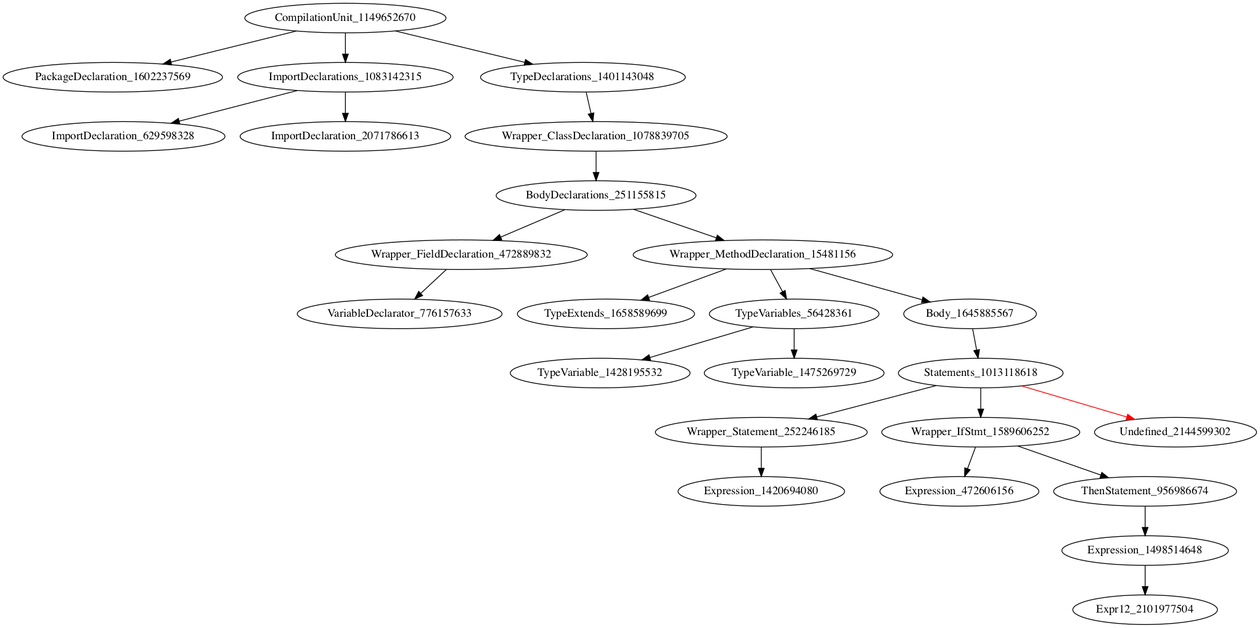
icse2023material/VoiceJava keeps this Graphviz diagram as holeAST.png. Above is the earlier version. Its source is kept beside it as holeAST.dot.
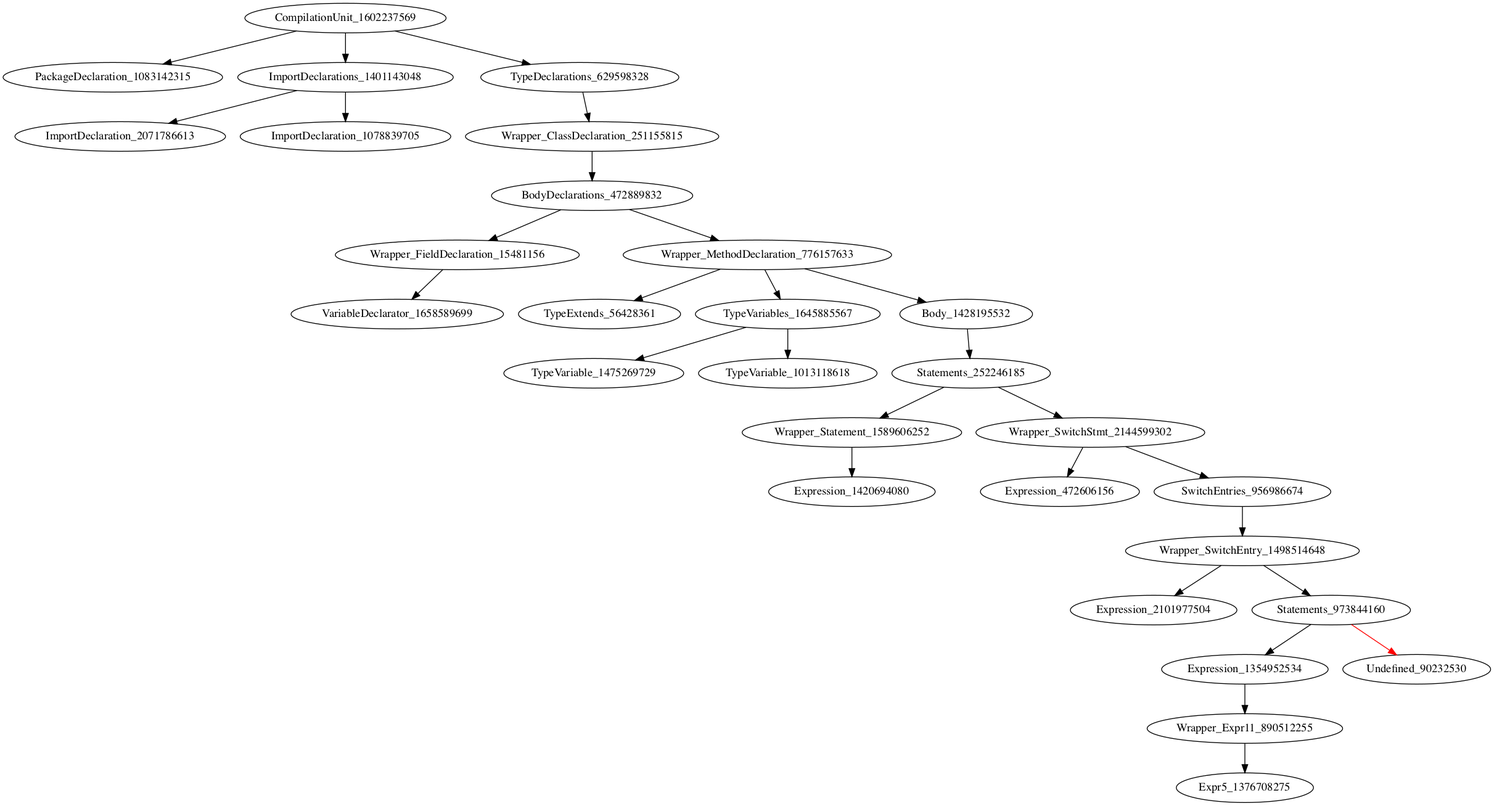
The same file after the commit.

Commit message:
[add] finish code generation of expr1 in switch

The edit, as a diff of the source:
```diff
@@ -1,26 +1,30 @@
 digraph {
-CompilationUnit_1149652670 -> PackageDeclaration_1602237569
-CompilationUnit_1149652670 -> ImportDeclarations_1083142315
-CompilationUnit_1149652670 -> TypeDeclarations_1401143048
-ImportDeclarations_1083142315 -> ImportDeclaration_629598328
-ImportDeclarations_1083142315 -> ImportDeclaration_2071786613
-TypeDeclarations_1401143048 -> Wrapper_ClassDeclaration_1078839705
-Wrapper_ClassDeclaration_1078839705 -> BodyDeclarations_251155815
-BodyDeclarations_251155815 -> Wrapper_FieldDeclaration_472889832
-BodyDeclarations_251155815 -> Wrapper_MethodDeclaration_15481156
-Wrapper_FieldDeclaration_472889832 -> VariableDeclarator_776157633
-Wrapper_MethodDeclaration_15481156 -> TypeExtends_1658589699
-Wrapper_MethodDeclaration_15481156 -> TypeVariables_56428361
-Wrapper_MethodDeclaration_15481156 -> Body_1645885567
-TypeVariables_56428361 -> TypeVariable_1428195532
-TypeVariables_56428361 -> TypeVariable_1475269729
-Body_1645885567 -> Statements_1013118618
-Statements_1013118618 -> Wrapper_Statement_252246185
-Statements_1013118618 -> Wrapper_IfStmt_1589606252
-Statements_1013118618 -> Undefined_2144599302 [color = red]
-Wrapper_Statement_252246185 -> Expression_1420694080
-Wrapper_IfStmt_1589606252 -> Expression_472606156
-Wrapper_IfStmt_1589606252 -> ThenStatement_956986674
-ThenStatement_956986674 -> Expression_1498514648
-Expression_1498514648 -> Expr12_2101977504
+CompilationUnit_1602237569 -> PackageDeclaration_1083142315
+CompilationUnit_1602237569 -> ImportDeclarations_1401143048
+CompilationUnit_1602237569 -> TypeDeclarations_629598328
+ImportDeclarations_1401143048 -> ImportDeclaration_2071786613
+ImportDeclarations_1401143048 -> ImportDeclaration_1078839705
+TypeDeclarations_629598328 -> Wrapper_ClassDeclaration_251155815
+Wrapper_ClassDeclaration_251155815 -> BodyDeclarations_472889832
+BodyDeclarations_472889832 -> Wrapper_FieldDeclaration_15481156
+BodyDeclarations_472889832 -> Wrapper_MethodDeclaration_776157633
+Wrapper_FieldDeclaration_15481156 -> VariableDeclarator_1658589699
+Wrapper_MethodDeclaration_776157633 -> TypeExtends_56428361
+Wrapper_MethodDeclaration_776157633 -> TypeVariables_1645885567
+Wrapper_MethodDeclaration_776157633 -> Body_1428195532
+TypeVariables_1645885567 -> TypeVariable_1475269729
+TypeVariables_1645885567 -> TypeVariable_1013118618
+Body_1428195532 -> Statements_252246185
+Statements_252246185 -> Wrapper_Statement_1589606252
+Statements_252246185 -> Wrapper_SwitchStmt_2144599302
+Wrapper_Statement_1589606252 -> Expression_1420694080
+Wrapper_SwitchStmt_2144599302 -> Expression_472606156
+Wrapper_SwitchStmt_2144599302 -> SwitchEntries_956986674
+SwitchEntries_956986674 -> Wrapper_SwitchEntry_1498514648
+Wrapper_SwitchEntry_1498514648 -> Expression_2101977504
+Wrapper_SwitchEntry_1498514648 -> Statements_973844160
+Statements_973844160 -> Expression_1354952534
+Statements_973844160 -> Undefined_90232530 [color = red]
+Expression_1354952534 -> Wrapper_Expr11_890512255
+Wrapper_Expr11_890512255 -> Expr5_1376708275
 }
```
